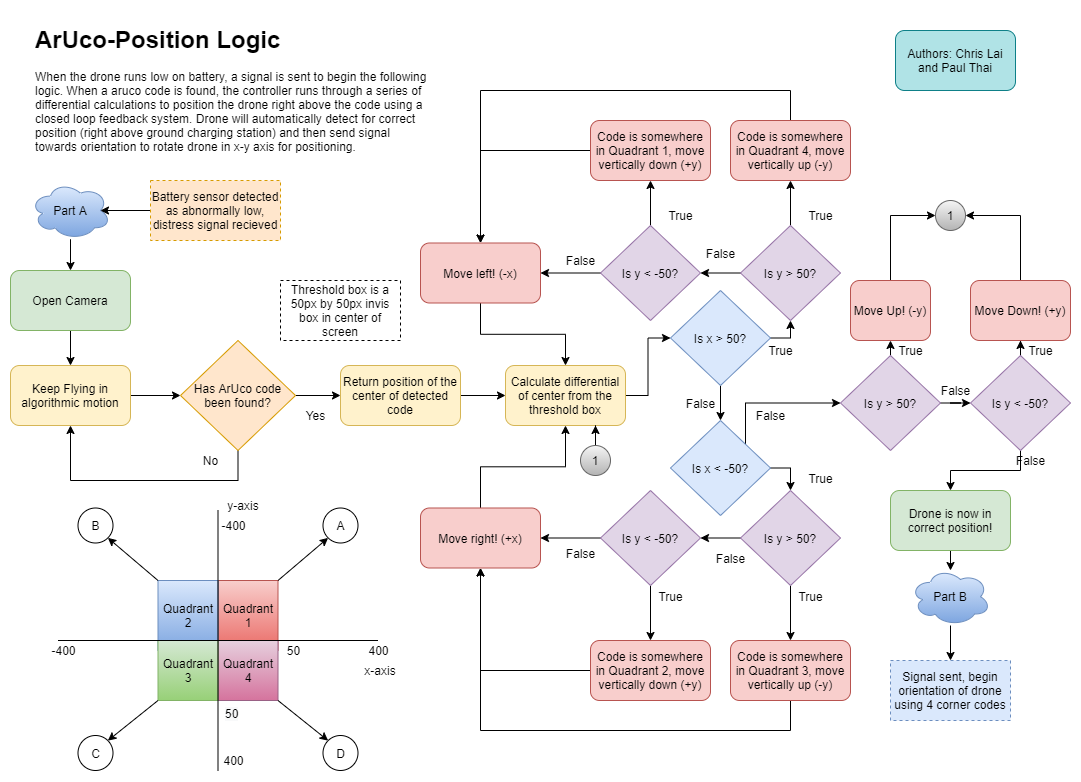
Above: Flowcharts/QR-Positioning.png in Lyfae/cpp-uav-landingAI (draw.io), before the change. Source tidied: cells renumbered, new cells last; positions are measured from the earlier drawing's top-left corner, leaving out a move shared by most shapes.
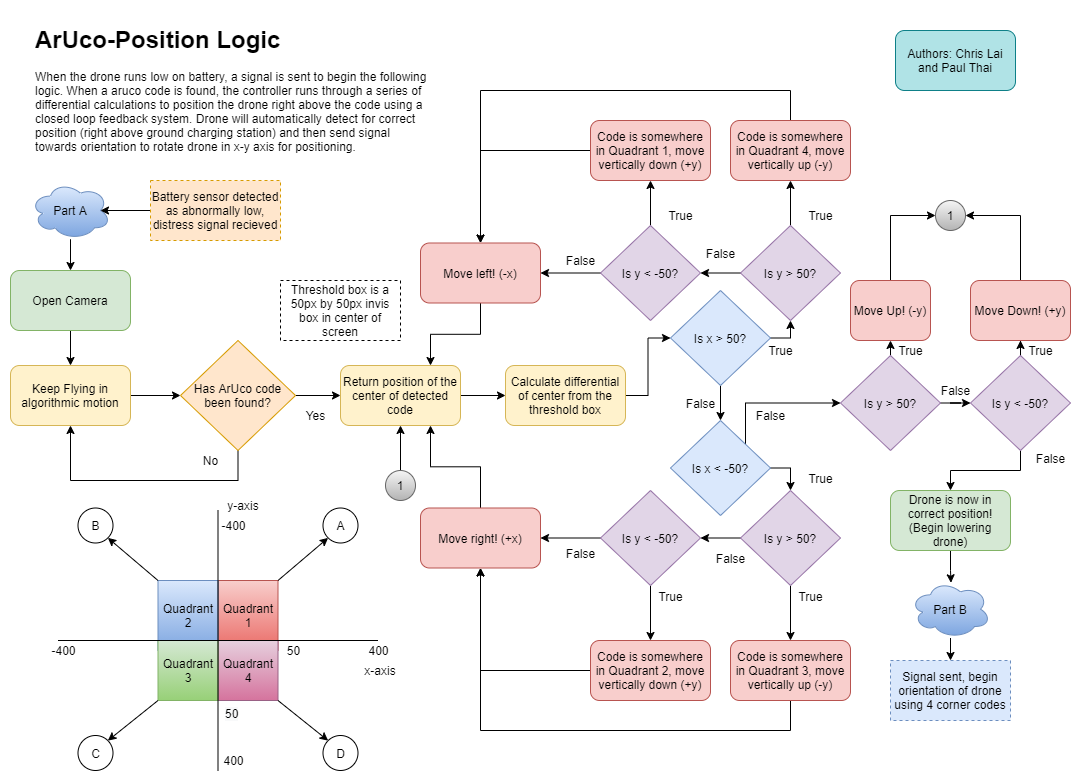
Above is the later version.

Diff of the diagram source:
```diff
@@ -76,9 +76,9 @@
     <mxCell id="20" value="&lt;span&gt;Threshold box is a 50px by 50px invis box in center of screen&lt;/span&gt;" style="rounded=0;whiteSpace=wrap;html=1;dashed=1;" parent="1" vertex="1">
       <mxGeometry x="270" y="260" width="120" height="60" as="geometry" />
     </mxCell>
-    <mxCell id="21" style="edgeStyle=orthogonalEdgeStyle;rounded=0;jettySize=auto;html=1;" parent="1" edge="1" source="22" target="11">
-      <mxGeometry relative="1" as="geometry" />
-    </mxCell>
+    <mxCell id="108" style="edgeStyle=orthogonalEdgeStyle;rounded=0;jettySize=auto;html=1;entryX=0.75;entryY=0;entryDx=0;entryDy=0;" parent="1" edge="1" source="22" target="9">
+      <mxGeometry relative="1" as="geometry" />
+    </mxCell>
     <mxCell id="22" value="Move left! (-x)" style="rounded=1;whiteSpace=wrap;html=1;fillColor=#f8cecc;strokeColor=#b85450;" parent="1" vertex="1">
       <mxGeometry x="410" y="222.5" width="120" height="60" as="geometry" />
     </mxCell>
@@ -123,9 +123,9 @@
     <mxCell id="35" value="False" style="text;html=1;align=center;verticalAlign=middle;strokeColor=none;" parent="1" vertex="1">
       <mxGeometry x="550" y="230" width="40" height="20" as="geometry" />
     </mxCell>
-    <mxCell id="36" style="edgeStyle=orthogonalEdgeStyle;rounded=0;jettySize=auto;html=1;entryX=0.5;entryY=1;entryDx=0;entryDy=0;" parent="1" edge="1" source="37" target="11">
-      <mxGeometry relative="1" as="geometry" />
-    </mxCell>
+    <mxCell id="109" style="edgeStyle=orthogonalEdgeStyle;rounded=0;jettySize=auto;html=1;entryX=0.75;entryY=1;entryDx=0;entryDy=0;" parent="1" edge="1" source="37" target="9">
+      <mxGeometry relative="1" as="geometry" />
+    </mxCell>
     <mxCell id="37" value="Move right! (+x)" style="rounded=1;whiteSpace=wrap;html=1;fillColor=#f8cecc;strokeColor=#b85450;" parent="1" vertex="1">
       <mxGeometry x="410" y="487.5" width="120" height="60" as="geometry" />
     </mxCell>
@@ -290,20 +290,20 @@
     <mxCell id="84" style="edgeStyle=orthogonalEdgeStyle;rounded=0;jettySize=auto;html=1;entryX=0.506;entryY=0.04;entryDx=0;entryDy=0;entryPerimeter=0;" parent="1" edge="1" source="85" target="89">
       <mxGeometry relative="1" as="geometry" />
     </mxCell>
-    <mxCell id="85" value="Drone is now in correct position!" style="rounded=1;whiteSpace=wrap;html=1;fillColor=#d5e8d4;strokeColor=#82b366;" parent="1" vertex="1">
+    <mxCell id="85" value="Drone is now in correct position! (Begin lowering drone)" style="rounded=1;whiteSpace=wrap;html=1;fillColor=#d5e8d4;strokeColor=#82b366;" parent="1" vertex="1">
       <mxGeometry x="880" y="470" width="120" height="60" as="geometry" />
     </mxCell>
     <mxCell id="86" value="False" style="text;html=1;align=center;verticalAlign=middle;strokeColor=none;" parent="1" vertex="1">
       <mxGeometry x="740" y="385" width="40" height="20" as="geometry" />
     </mxCell>
     <mxCell id="87" value="False" style="text;html=1;align=center;verticalAlign=middle;strokeColor=none;" parent="1" vertex="1">
-      <mxGeometry x="1000" y="430" width="40" height="20" as="geometry" />
+      <mxGeometry x="1020" y="427.5" width="40" height="20" as="geometry" />
     </mxCell>
     <mxCell id="88" style="edgeStyle=orthogonalEdgeStyle;rounded=0;jettySize=auto;html=1;" parent="1" edge="1" source="89" target="96">
       <mxGeometry relative="1" as="geometry" />
     </mxCell>
     <mxCell id="89" value="Part B" style="ellipse;shape=cloud;whiteSpace=wrap;html=1;gradientColor=#7ea6e0;fillColor=#dae8fc;strokeColor=#6c8ebf;" parent="1" vertex="1">
-      <mxGeometry x="900" y="547.5" width="80" height="57.5" as="geometry" />
+      <mxGeometry x="900" y="560" width="80" height="57.5" as="geometry" />
     </mxCell>
     <mxCell id="90" style="edgeStyle=orthogonalEdgeStyle;rounded=0;jettySize=auto;html=1;entryX=0.5;entryY=0;entryDx=0;entryDy=0;" parent="1" edge="1" source="91" target="93">
       <mxGeometry relative="1" as="geometry" />
@@ -332,11 +332,11 @@
     <mxCell id="98" value="1" style="ellipse;whiteSpace=wrap;html=1;gradientColor=#b3b3b3;fillColor=#f5f5f5;strokeColor=#666666;" parent="1" vertex="1">
       <mxGeometry x="925" y="180" width="30" height="30" as="geometry" />
     </mxCell>
-    <mxCell id="99" style="edgeStyle=orthogonalEdgeStyle;rounded=0;jettySize=auto;html=1;entryX=0.75;entryY=1;entryDx=0;entryDy=0;" parent="1" edge="1" source="100" target="11">
-      <mxGeometry relative="1" as="geometry" />
-    </mxCell>
+    <mxCell id="110" style="edgeStyle=orthogonalEdgeStyle;rounded=0;jettySize=auto;html=1;entryX=0.5;entryY=1;entryDx=0;entryDy=0;" parent="1" edge="1" source="100" target="9">
+      <mxGeometry relative="1" as="geometry" />
+    </mxCell>
     <mxCell id="100" value="1" style="ellipse;whiteSpace=wrap;html=1;gradientColor=#b3b3b3;fillColor=#f5f5f5;strokeColor=#666666;" parent="1" vertex="1">
-      <mxGeometry x="570" y="425" width="30" height="30" as="geometry" />
+      <mxGeometry x="375" y="450" width="30" height="30" as="geometry" />
     </mxCell>
     <mxCell id="101" style="edgeStyle=orthogonalEdgeStyle;rounded=0;jettySize=auto;html=1;entryX=0;entryY=0.5;entryDx=0;entryDy=0;" parent="1" edge="1" source="102" target="98">
       <mxGeometry relative="1" as="geometry">
```
